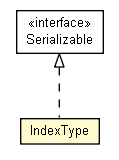
This is doxdb-core/apidocs/net/trajano/doxdb/schema/IndexType.png from trajano/doxdb, a Graphviz export, as it was before one commit. Its source is kept beside it as doxdb-core/apidocs/net/trajano/doxdb/schema/IndexType.dot. Its diagram source:
```dot

digraph G {
	edge [fontname="arial",fontsize=10,labelfontname="arial",labelfontsize=10];
	node [fontname="arial",fontsize=10,shape=plaintext];
	nodesep=0.25;
	ranksep=0.5;
	c404 [label=<<table title="net.trajano.doxdb.schema.IndexType" border="0" cellborder="1" cellspacing="0" cellpadding="2" port="p" bgcolor="lemonChiffon" href="./IndexType.html">
		<tr><td><table border="0" cellspacing="0" cellpadding="1">
<tr><td align="center" balign="center"> IndexType </td></tr>
		</table></td></tr>
		</table>>, URL="./IndexType.html", fontname="arial", fontcolor="black", fontsize=10.0];
	c407:p -> c404:p [dir=back,arrowtail=empty,style=dashed];
	c407 [label=<<table title="java.io.Serializable" border="0" cellborder="1" cellspacing="0" cellpadding="2" port="p" href="http://java.sun.com/j2se/1.4.2/docs/api/java/io/Serializable.html">
		<tr><td><table border="0" cellspacing="0" cellpadding="1">
<tr><td align="center" balign="center"> &#171;interface&#187; </td></tr>
<tr><td align="center" balign="center"> Serializable </td></tr>
		</table></td></tr>
		</table>>, URL="http://java.sun.com/j2se/1.4.2/docs/api/java/io/Serializable.html", fontname="arial", fontcolor="black", fontsize=10.0];
}
```
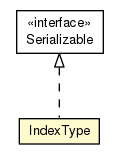
The same diagram one commit later.

Diff of the diagram source:
```diff
@@ -1,19 +1,19 @@
 
 digraph G {
-	edge [fontname="arial",fontsize=10,labelfontname="arial",labelfontsize=10];
-	node [fontname="arial",fontsize=10,shape=plaintext];
+	edge [fontname="Helvetica",fontsize=10,labelfontname="Helvetica",labelfontsize=10];
+	node [fontname="Helvetica",fontsize=10,shape=plaintext];
 	nodesep=0.25;
 	ranksep=0.5;
-	c404 [label=<<table title="net.trajano.doxdb.schema.IndexType" border="0" cellborder="1" cellspacing="0" cellpadding="2" port="p" bgcolor="lemonChiffon" href="./IndexType.html">
+	c405 [label=<<table title="net.trajano.doxdb.schema.IndexType" border="0" cellborder="1" cellspacing="0" cellpadding="2" port="p" bgcolor="lemonChiffon" href="./IndexType.html">
 		<tr><td><table border="0" cellspacing="0" cellpadding="1">
 <tr><td align="center" balign="center"> IndexType </td></tr>
 		</table></td></tr>
-		</table>>, URL="./IndexType.html", fontname="arial", fontcolor="black", fontsize=10.0];
-	c407:p -> c404:p [dir=back,arrowtail=empty,style=dashed];
+		</table>>, URL="./IndexType.html", fontname="Helvetica", fontcolor="black", fontsize=10.0];
+	c407:p -> c405:p [dir=back,arrowtail=empty,style=dashed];
 	c407 [label=<<table title="java.io.Serializable" border="0" cellborder="1" cellspacing="0" cellpadding="2" port="p" href="http://java.sun.com/j2se/1.4.2/docs/api/java/io/Serializable.html">
 		<tr><td><table border="0" cellspacing="0" cellpadding="1">
 <tr><td align="center" balign="center"> &#171;interface&#187; </td></tr>
 <tr><td align="center" balign="center"> Serializable </td></tr>
 		</table></td></tr>
-		</table>>, URL="http://java.sun.com/j2se/1.4.2/docs/api/java/io/Serializable.html", fontname="arial", fontcolor="black", fontsize=10.0];
+		</table>>, URL="http://java.sun.com/j2se/1.4.2/docs/api/java/io/Serializable.html", fontname="Helvetica", fontcolor="black", fontsize=10.0];
 }
```
